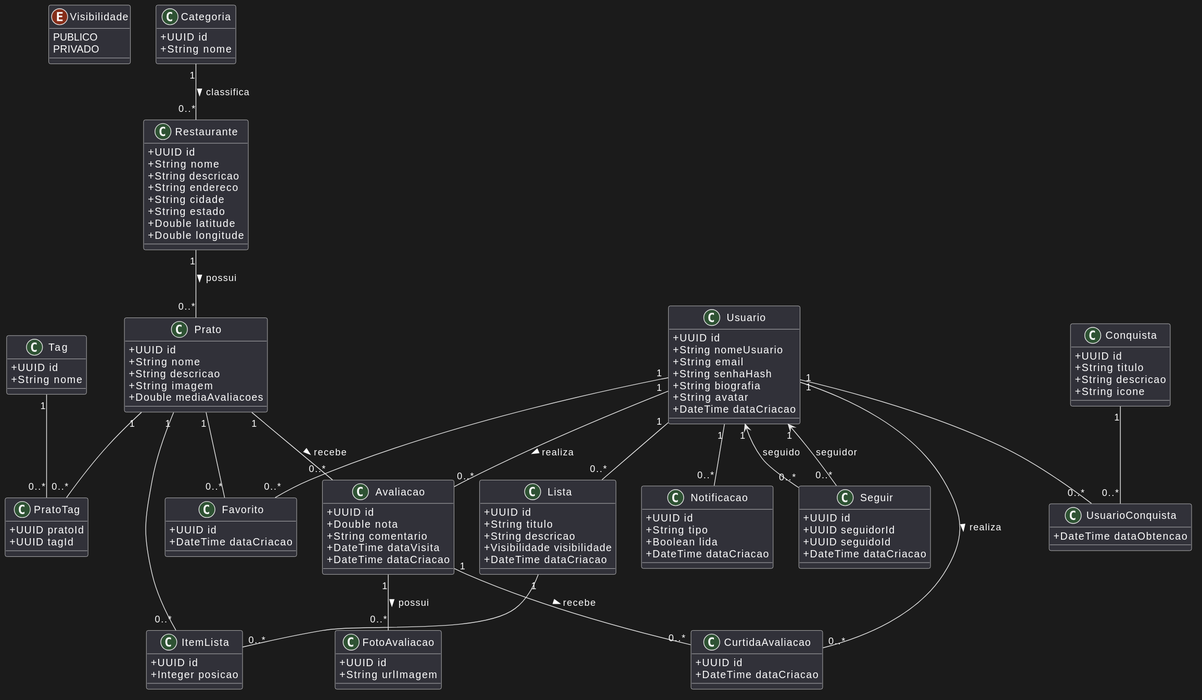
Earlier version of the PlantUML export docs/diagrama.svg (TRPZ-DUO/foodboxd). The source it was exported from:
```plantuml
@startuml
skinparam classAttributeIconSize 0

enum Visibilidade {
    PUBLICO
    PRIVADO
}


class Usuario {
    +UUID id
    +String nomeUsuario
    +String email
    +String senhaHash
    +String biografia
    +String avatar
    +DateTime dataCriacao
}

class Restaurante {
    +UUID id
    +String nome
    +String descricao
    +String endereco
    +String cidade
    +String estado
    +Double latitude
    +Double longitude
}

class Categoria {
    +UUID id
    +String nome
}

class Prato {
    +UUID id
    +String nome
    +String descricao
    +String imagem
    +Double mediaAvaliacoes
}

class Avaliacao {
    +UUID id
    +Double nota
    +String comentario
    +DateTime dataVisita
    +DateTime dataCriacao
}

class FotoAvaliacao {
    +UUID id
    +String urlImagem
}

class CurtidaAvaliacao {
    +UUID id
    +DateTime dataCriacao
}

class Favorito {
    +UUID id
    +DateTime dataCriacao
}

class Seguir {
    +UUID id
    +UUID seguidorId
    +UUID seguidoId
    +DateTime dataCriacao
}

class Lista {
    +UUID id
    +String titulo
    +String descricao
    +Visibilidade visibilidade
    +DateTime dataCriacao
}

class ItemLista {
    +UUID id
    +Integer posicao
}

class Tag {
    +UUID id
    +String nome
}

class PratoTag {
    +UUID pratoId
    +UUID tagId
}

class Conquista {
    +UUID id
    +String titulo
    +String descricao
    +String icone
}

class UsuarioConquista {
    +DateTime dataObtencao
}

class Notificacao {
    +UUID id
    +String tipo
    +Boolean lida
    +DateTime dataCriacao
}


Usuario "1" -- "0..*" Avaliacao : realiza >
Prato "1" -- "0..*" Avaliacao : recebe >

Restaurante "1" -- "0..*" Prato : possui >
Categoria "1" -- "0..*" Restaurante : classifica >

Avaliacao "1" -- "0..*" FotoAvaliacao : possui >
Avaliacao "1" -- "0..*" CurtidaAvaliacao : recebe >
Usuario "1" -- "0..*" CurtidaAvaliacao : realiza >

Usuario "1" -- "0..*" Favorito
Prato "1" -- "0..*" Favorito

Usuario "1" -- "0..*" Lista
Lista "1" -- "0..*" ItemLista
Prato "1" -- "0..*" ItemLista

Usuario "1" -- "0..*" Notificacao

Prato "1" -- "0..*" PratoTag
Tag "1" -- "0..*" PratoTag

Usuario "1" -- "0..*" UsuarioConquista
Conquista "1" -- "0..*" UsuarioConquista

Usuario "1" <-- "0..*" Seguir : seguidor
Usuario "1" <-- "0..*" Seguir : seguido
@enduml
```
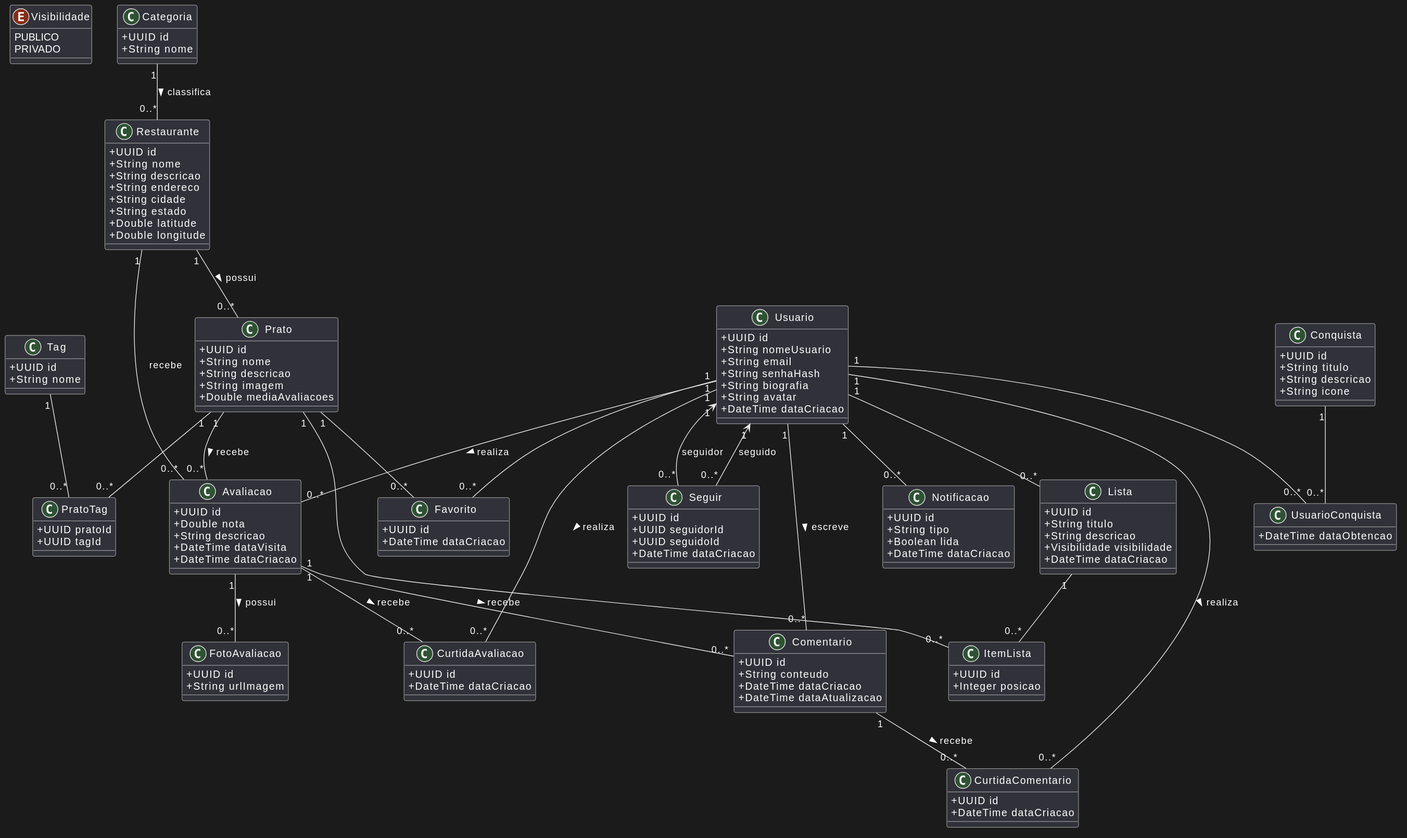
After the change.

Commit message:
docs: atualiza diagrama de classe

Diff of the diagram source:
```diff
@@ -44,7 +44,7 @@
 class Avaliacao {
     +UUID id
     +Double nota
-    +String comentario
+    +String descricao
     +DateTime dataVisita
     +DateTime dataCriacao
 }
@@ -112,16 +112,35 @@
     +DateTime dataCriacao
 }
 
+class Comentario {
+    +UUID id
+    +String conteudo
+    +DateTime dataCriacao
+    +DateTime dataAtualizacao
+}
+
+class CurtidaComentario {
+    +UUID id
+    +DateTime dataCriacao
+}
+
 
 Usuario "1" -- "0..*" Avaliacao : realiza >
 Prato "1" -- "0..*" Avaliacao : recebe >
 
 Restaurante "1" -- "0..*" Prato : possui >
+Restaurante "1" -- "0..*" Avaliacao : recebe
 Categoria "1" -- "0..*" Restaurante : classifica >
 
 Avaliacao "1" -- "0..*" FotoAvaliacao : possui >
 Avaliacao "1" -- "0..*" CurtidaAvaliacao : recebe >
 Usuario "1" -- "0..*" CurtidaAvaliacao : realiza >
+
+Avaliacao "1" -- "0..*" Comentario : recebe >
+Usuario "1" -- "0..*" Comentario : escreve >
+
+Comentario "1" -- "0..*" CurtidaComentario : recebe >
+Usuario "1" -- "0..*" CurtidaComentario : realiza >
 
 Usuario "1" -- "0..*" Favorito
 Prato "1" -- "0..*" Favorito
```
